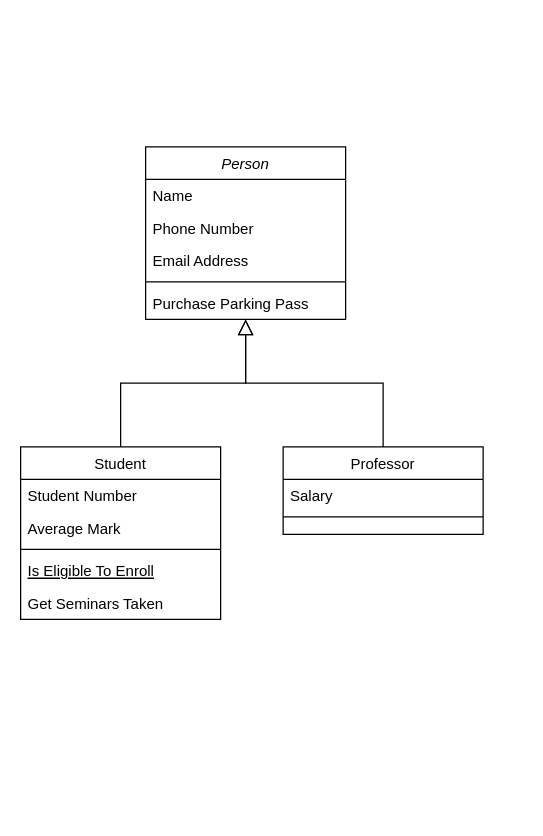
Before: DEPOT/UML_Banque_Java.drawio in LuisCODS/Banque_Java, a draw.io diagram. Source tidied: cells renumbered, new cells numbered last; positions are measured from the earlier drawing's top-left corner, leaving out a move shared by most shapes. Both pictures are drawn from the tidied source at 125%, with x=0, y=0 at pixel (20, 146).
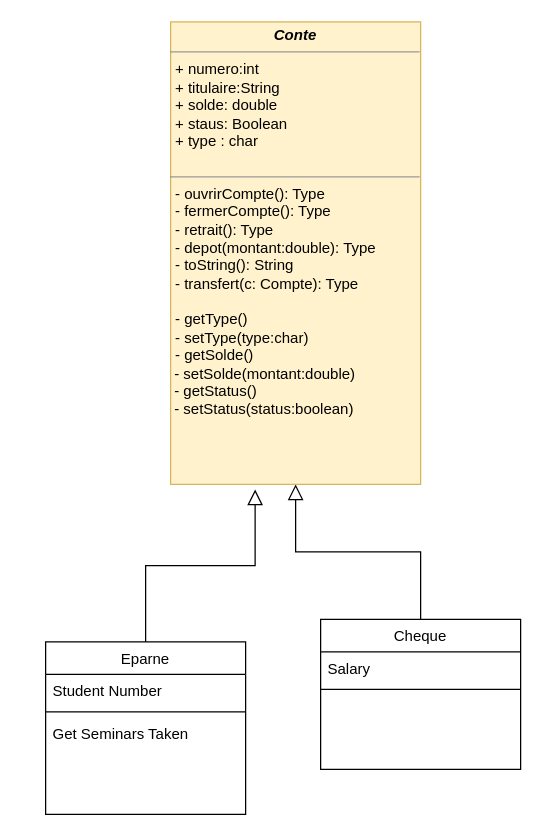
Above is the later version.

Diff of the diagram source:
```diff
@@
 <mxGraphModel>
   <root>
     <mxCell id="0" />
     <mxCell id="1" parent="0" />
-    <mxCell id="2" value="Person" style="swimlane;fontStyle=2;align=center;verticalAlign=top;horizontal=1;startSize=26;rounded=0;shadow=0;strokeWidth=1;" parent="1" vertex="1">
-      <mxGeometry x="100" width="160" height="138" as="geometry" />
-    </mxCell>
-    <mxCell id="3" value="Name" style="text;align=left;verticalAlign=top;spacingLeft=4;spacingRight=4;overflow=hidden;" parent="2" vertex="1">
-      <mxGeometry y="26" width="160" height="26" as="geometry" />
-    </mxCell>
-    <mxCell id="4" value="Phone Number" style="text;align=left;verticalAlign=top;spacingLeft=4;spacingRight=4;overflow=hidden;rounded=0;shadow=0;html=0;" parent="2" vertex="1">
-      <mxGeometry y="52" width="160" height="26" as="geometry" />
-    </mxCell>
-    <mxCell id="5" value="Email Address" style="text;align=left;verticalAlign=top;spacingLeft=4;spacingRight=4;overflow=hidden;rounded=0;shadow=0;html=0;" parent="2" vertex="1">
-      <mxGeometry y="78" width="160" height="26" as="geometry" />
-    </mxCell>
-    <mxCell id="6" style="line;html=1;strokeWidth=1;align=left;verticalAlign=middle;spacingTop=-1;spacingLeft=3;spacingRight=3;labelPosition=right;" parent="2" vertex="1">
-      <mxGeometry y="104" width="160" height="8" as="geometry" />
-    </mxCell>
-    <mxCell id="7" value="Purchase Parking Pass" style="text;align=left;verticalAlign=top;spacingLeft=4;spacingRight=4;overflow=hidden;" parent="2" vertex="1">
-      <mxGeometry y="112" width="160" height="26" as="geometry" />
-    </mxCell>
-    <mxCell id="8" value="Student" style="swimlane;fontStyle=0;align=center;verticalAlign=top;horizontal=1;startSize=26;rounded=0;shadow=0;strokeWidth=1;" parent="1" vertex="1">
-      <mxGeometry y="240" width="160" height="138" as="geometry" />
+    <mxCell id="8" value="Eparne" style="swimlane;fontStyle=0;align=center;verticalAlign=top;horizontal=1;startSize=26;rounded=0;shadow=0;strokeWidth=1;" parent="1" vertex="1">
+      <mxGeometry x="20" y="396" width="160" height="138" as="geometry" />
     </mxCell>
     <mxCell id="9" value="Student Number" style="text;align=left;verticalAlign=top;spacingLeft=4;spacingRight=4;overflow=hidden;" parent="8" vertex="1">
       <mxGeometry y="26" width="160" height="26" as="geometry" />
     </mxCell>
-    <mxCell id="10" value="Average Mark" style="text;align=left;verticalAlign=top;spacingLeft=4;spacingRight=4;overflow=hidden;rounded=0;shadow=0;html=0;" parent="8" vertex="1">
-      <mxGeometry y="52" width="160" height="26" as="geometry" />
-    </mxCell>
     <mxCell id="11" style="line;html=1;strokeWidth=1;align=left;verticalAlign=middle;spacingTop=-1;spacingLeft=3;spacingRight=3;labelPosition=right;" parent="8" vertex="1">
-      <mxGeometry y="78" width="160" height="8" as="geometry" />
+      <mxGeometry y="52" width="160" height="8" as="geometry" />
     </mxCell>
-    <mxCell id="12" value="Is Eligible To Enroll" style="text;align=left;verticalAlign=top;spacingLeft=4;spacingRight=4;overflow=hidden;fontStyle=4;" parent="8" vertex="1">
-      <mxGeometry y="86" width="160" height="26" as="geometry" />
-    </mxCell>
     <mxCell id="13" value="Get Seminars Taken" style="text;align=left;verticalAlign=top;spacingLeft=4;spacingRight=4;overflow=hidden;" parent="8" vertex="1">
-      <mxGeometry y="112" width="160" height="26" as="geometry" />
+      <mxGeometry y="60" width="160" height="26" as="geometry" />
     </mxCell>
-    <mxCell id="14" style="endArrow=block;endSize=10;endFill=0;shadow=0;strokeWidth=1;rounded=0;edgeStyle=elbowEdgeStyle;elbow=vertical;" parent="1" edge="1" source="8" target="2">
+    <mxCell id="14" style="endArrow=block;endSize=10;endFill=0;shadow=0;strokeWidth=1;rounded=0;edgeStyle=elbowEdgeStyle;elbow=vertical;entryX=0.338;entryY=1.011;entryDx=0;entryDy=0;entryPerimeter=0;" parent="1" edge="1" source="8" target="19">
       <mxGeometry relative="1" as="geometry" />
     </mxCell>
-    <mxCell id="15" value="Professor" style="swimlane;fontStyle=0;align=center;verticalAlign=top;horizontal=1;startSize=26;rounded=0;shadow=0;strokeWidth=1;" parent="1" vertex="1">
-      <mxGeometry x="210" y="240" width="160" height="70" as="geometry" />
+    <mxCell id="15" value="Cheque" style="swimlane;fontStyle=0;align=center;verticalAlign=top;horizontal=1;startSize=26;rounded=0;shadow=0;strokeWidth=1;" parent="1" vertex="1">
+      <mxGeometry x="240" y="378" width="160" height="120" as="geometry" />
     </mxCell>
     <mxCell id="16" value="Salary" style="text;align=left;verticalAlign=top;spacingLeft=4;spacingRight=4;overflow=hidden;" parent="15" vertex="1">
       <mxGeometry y="26" width="160" height="26" as="geometry" />
     </mxCell>
     <mxCell id="17" style="line;html=1;strokeWidth=1;align=left;verticalAlign=middle;spacingTop=-1;spacingLeft=3;spacingRight=3;labelPosition=right;" parent="15" vertex="1">
       <mxGeometry y="52" width="160" height="8" as="geometry" />
     </mxCell>
-    <mxCell id="18" style="endArrow=block;endSize=10;endFill=0;shadow=0;strokeWidth=1;rounded=0;edgeStyle=elbowEdgeStyle;elbow=vertical;" parent="1" edge="1" source="15" target="2">
+    <mxCell id="18" style="endArrow=block;endSize=10;endFill=0;shadow=0;strokeWidth=1;rounded=0;edgeStyle=elbowEdgeStyle;elbow=vertical;" parent="1" edge="1" source="15" target="19">
       <mxGeometry relative="1" as="geometry" />
     </mxCell>
+    <mxCell id="19" value="&lt;p style=&quot;margin:0px;margin-top:4px;text-align:center;&quot;&gt;&lt;i&gt;&lt;b&gt;Conte&lt;/b&gt;&lt;/i&gt;&lt;/p&gt;&lt;hr size=&quot;1&quot;&gt;&lt;p style=&quot;margin:0px;margin-left:4px;&quot;&gt;&lt;span style=&quot;&quot;&gt;&lt;span style=&quot;&quot;&gt;+ numero:int&lt;/span&gt;&lt;/span&gt;&lt;span style=&quot;&quot;&gt;&lt;/span&gt;&lt;/p&gt;&lt;p style=&quot;margin:0px;margin-left:4px;&quot;&gt;&lt;span style=&quot;&quot;&gt;&lt;span style=&quot;&quot;&gt;+ titulaire:String&lt;/span&gt;&lt;/span&gt;&lt;/p&gt;&lt;p style=&quot;margin:0px;margin-left:4px;&quot;&gt;&lt;span style=&quot;&quot;&gt;&lt;span style=&quot;&quot;&gt;+ solde: double&lt;/span&gt;&lt;/span&gt;&lt;/p&gt;&lt;p style=&quot;margin:0px;margin-left:4px;&quot;&gt;&lt;span style=&quot;&quot;&gt;&lt;span style=&quot;&quot;&gt;+ staus: Boolean&lt;/span&gt;&lt;/span&gt;&lt;/p&gt;&lt;p style=&quot;margin:0px;margin-left:4px;&quot;&gt;&lt;span style=&quot;&quot;&gt;&lt;span style=&quot;&quot;&gt;+ type : char&lt;/span&gt;&lt;/span&gt;&lt;span style=&quot;&quot;&gt;&lt;span style=&quot;&quot;&gt;&lt;/span&gt;&lt;/span&gt;&lt;/p&gt;&lt;p style=&quot;margin:0px;margin-left:4px;&quot;&gt;&lt;span style=&quot;&quot;&gt;&lt;span style=&quot;&quot;&gt;&lt;br&gt;&lt;/span&gt;&lt;/span&gt;&lt;span style=&quot;&quot;&gt;&lt;span style=&quot;&quot;&gt;&lt;/span&gt;&lt;/span&gt;&lt;span style=&quot;&quot;&gt;&lt;span style=&quot;&quot;&gt;&lt;/span&gt;&lt;/span&gt;&lt;/p&gt;&lt;p style=&quot;margin:0px;margin-left:4px;&quot;&gt;&lt;span style=&quot;&quot;&gt;&lt;span style=&quot;&quot;&gt; &lt;/span&gt;&lt;/span&gt;&lt;/p&gt;&lt;hr size=&quot;1&quot;&gt;&lt;p style=&quot;margin:0px;margin-left:4px;&quot;&gt;- ouvrirCompte(): Type&lt;/p&gt;&lt;p style=&quot;margin:0px;margin-left:4px;&quot;&gt;- fermerCompte(): Type&lt;/p&gt;&lt;p style=&quot;margin:0px;margin-left:4px;&quot;&gt;- retrait(): Type&lt;/p&gt;&lt;p style=&quot;margin:0px;margin-left:4px;&quot;&gt;- depot(montant:double): Type&lt;/p&gt;&lt;p style=&quot;margin:0px;margin-left:4px;&quot;&gt;- toString(): String&lt;/p&gt;&lt;p style=&quot;margin:0px;margin-left:4px;&quot;&gt;&lt;/p&gt;&lt;p style=&quot;margin:0px;margin-left:4px;&quot;&gt;- transfert(c: Compte): Type&lt;/p&gt;&lt;p style=&quot;margin:0px;margin-left:4px;&quot;&gt;&lt;br&gt;&lt;/p&gt;&lt;p style=&quot;margin:0px;margin-left:4px;&quot;&gt;- getType()&lt;/p&gt;&lt;p style=&quot;margin:0px;margin-left:4px;&quot;&gt;- setType(type:char)&lt;/p&gt;&lt;p style=&quot;margin:0px;margin-left:4px;&quot;&gt;- getSolde()&lt;/p&gt;&lt;div&gt;&amp;nbsp;- setSolde(montant:double)&lt;/div&gt;&lt;div&gt;&amp;nbsp;- getStatus()&lt;/div&gt;&lt;div&gt;&amp;nbsp;- setStatus(status:boolean)&lt;br&gt;&lt;/div&gt;&lt;p style=&quot;margin:0px;margin-left:4px;&quot;&gt;&lt;/p&gt;&lt;p style=&quot;margin:0px;margin-left:4px;&quot;&gt;&lt;/p&gt;&lt;p style=&quot;margin:0px;margin-left:4px;&quot;&gt;&lt;/p&gt;&lt;p style=&quot;margin:0px;margin-left:4px;&quot;&gt;&lt;/p&gt;&lt;p style=&quot;margin:0px;margin-left:4px;&quot;&gt;&lt;/p&gt;" style="verticalAlign=top;align=left;overflow=fill;fontSize=12;fontFamily=Helvetica;html=1;fillColor=#fff2cc;strokeColor=#d6b656;" parent="1" vertex="1">
+      <mxGeometry x="120" y="-100" width="200" height="370" as="geometry" />
+    </mxCell>
   </root>
 </mxGraphModel>
```
